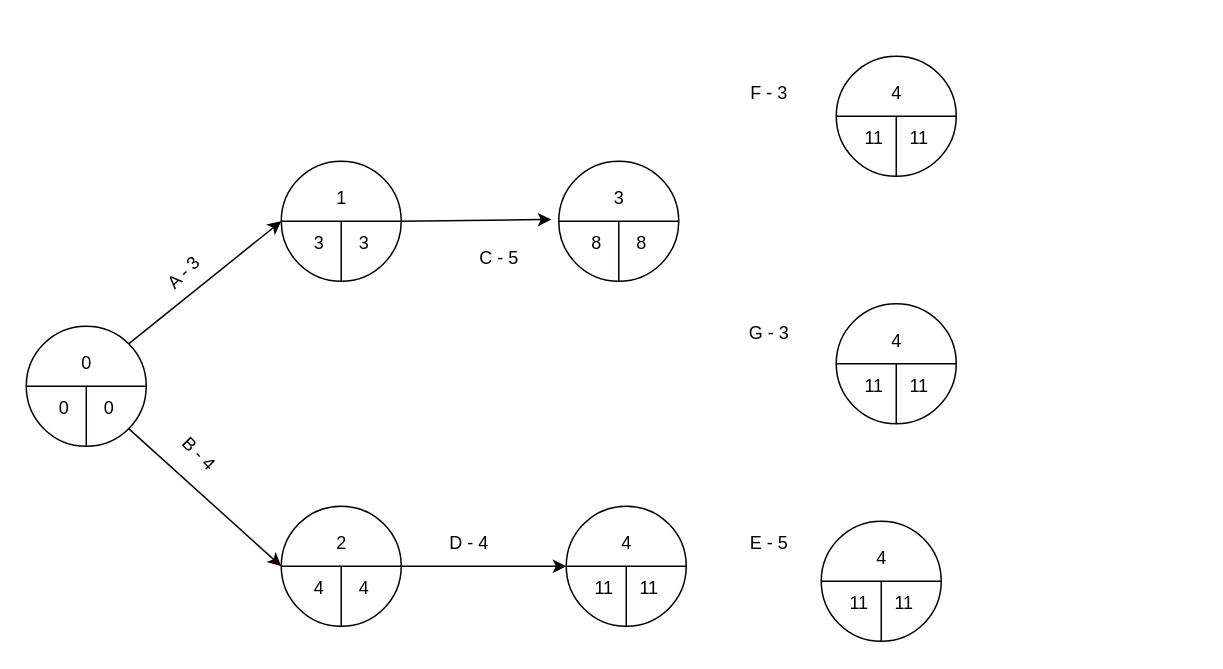
rreynarive/Templates keeps this draw.io diagram as page "Ejercicio 2" (2 of 2) of Diagrama PERT.drawio. Above is the earlier version. Source tidied: cells renumbered, new cells numbered last; positions are measured from the earlier drawing's top-left corner, leaving out a move shared by most shapes. Both pictures are drawn from the tidied source at 150%, with x=0, y=0 at pixel (26, 56).
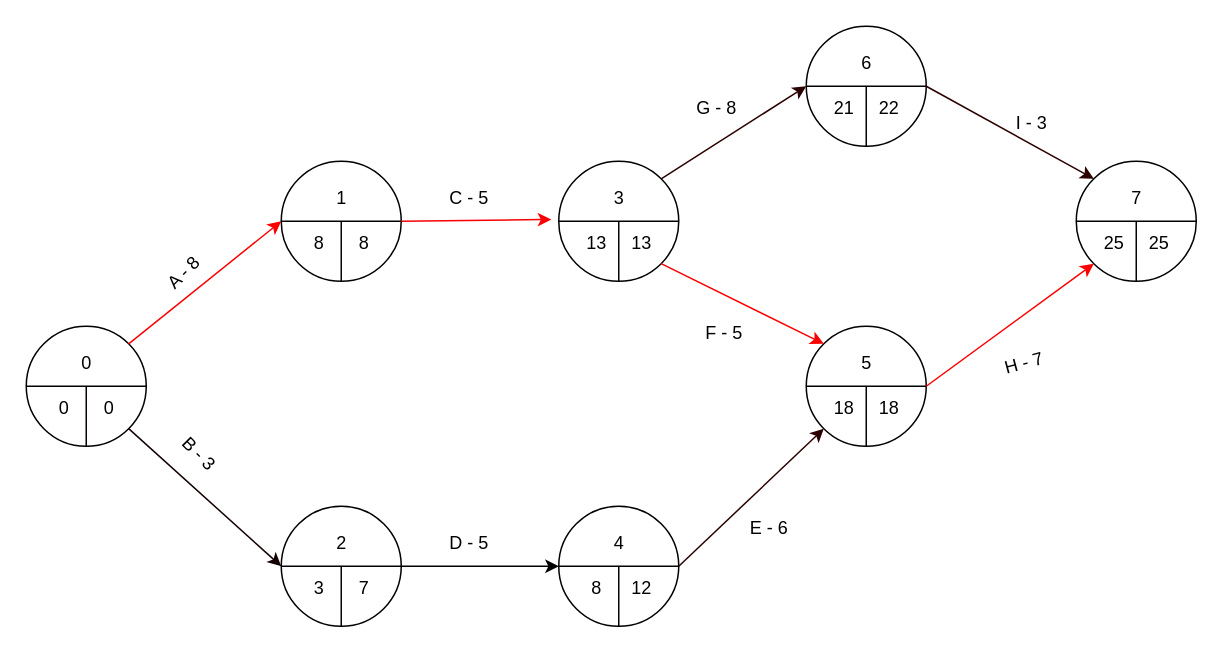
The same diagram, later.

The change refers to these unchanged cells:
```xml
<mxCell id="2" style="shape=lineEllipse;perimeter=ellipsePerimeter;whiteSpace=wrap;html=1;backgroundOutline=1;fontFamily=Helvetica;fontSize=12;fontColor=default;fillColor=none;gradientColor=none;" parent="1" vertex="1">
  <mxGeometry y="180" width="80" height="80" as="geometry" />
</mxCell>
<mxCell id="11" style="group;fontFamily=Helvetica;fontSize=12;fontColor=default;fillColor=none;gradientColor=none;" parent="1" vertex="1">
  <mxGeometry x="170" y="70" width="80" height="80" as="geometry" />
</mxCell>
<mxCell id="12" style="shape=lineEllipse;perimeter=ellipsePerimeter;whiteSpace=wrap;html=1;backgroundOutline=1;fontFamily=Helvetica;fontSize=12;fontColor=default;fillColor=none;gradientColor=none;" parent="11" vertex="1">
  <mxGeometry width="80" height="80" as="geometry" />
</mxCell>
<mxCell id="17" style="group;fontFamily=Helvetica;fontSize=12;fontColor=default;fillColor=none;gradientColor=none;" parent="1" vertex="1">
  <mxGeometry x="170" y="300" width="80" height="80" as="geometry" />
</mxCell>
<mxCell id="29" style="group;fontFamily=Helvetica;fontSize=12;fontColor=default;fillColor=none;gradientColor=none;" parent="1" vertex="1">
  <mxGeometry x="355" y="70" width="80" height="80" as="geometry" />
</mxCell>
<mxCell id="30" style="shape=lineEllipse;perimeter=ellipsePerimeter;whiteSpace=wrap;html=1;backgroundOutline=1;fontFamily=Helvetica;fontSize=12;fontColor=default;fillColor=none;gradientColor=none;" parent="29" vertex="1">
  <mxGeometry width="80" height="80" as="geometry" />
</mxCell>
<mxCell id="36" style="shape=lineEllipse;perimeter=ellipsePerimeter;whiteSpace=wrap;html=1;backgroundOutline=1;fontFamily=Helvetica;fontSize=12;fontColor=default;fillColor=none;gradientColor=none;" parent="35" vertex="1">
  <mxGeometry width="80" height="80" as="geometry" />
</mxCell>
<mxCell id="43" style="shape=lineEllipse;perimeter=ellipsePerimeter;whiteSpace=wrap;html=1;backgroundOutline=1;fontFamily=Helvetica;fontSize=12;fontColor=default;fillColor=none;gradientColor=none;" parent="42" vertex="1">
  <mxGeometry width="80" height="80" as="geometry" />
</mxCell>
<mxCell id="49" style="shape=lineEllipse;perimeter=ellipsePerimeter;whiteSpace=wrap;html=1;backgroundOutline=1;fontFamily=Helvetica;fontSize=12;fontColor=default;fillColor=none;gradientColor=none;" parent="48" vertex="1">
  <mxGeometry width="80" height="80" as="geometry" />
</mxCell>
<mxCell id="55" style="shape=lineEllipse;perimeter=ellipsePerimeter;whiteSpace=wrap;html=1;backgroundOutline=1;fontFamily=Helvetica;fontSize=12;fontColor=default;fillColor=none;gradientColor=none;" parent="54" vertex="1">
  <mxGeometry width="80" height="80" as="geometry" />
</mxCell>
```

What changed in the source:
```diff
@@
-    <mxCell id="7" style="endArrow=classic;html=1;rounded=0;exitX=1;exitY=0;exitDx=0;exitDy=0;entryX=0;entryY=0.5;entryDx=0;entryDy=0;" parent="1" edge="1" source="2" target="12">
+    <mxCell id="7" style="endArrow=classic;html=1;rounded=0;exitX=1;exitY=0;exitDx=0;exitDy=0;entryX=0;entryY=0.5;entryDx=0;entryDy=0;strokeColor=#FA0000;" parent="1" edge="1" source="2" target="12">
       <mxGeometry relative="1" as="geometry" />
     </mxCell>
-    <mxCell id="8" value="A - 3" style="text;html=1;align=center;verticalAlign=middle;strokeColor=none;fillColor=none;rotation=-45;" parent="1" vertex="1">
+    <mxCell id="8" value="A - 8" style="text;html=1;align=center;verticalAlign=middle;strokeColor=none;fillColor=none;rotation=-45;" parent="1" vertex="1">
       <mxGeometry x="80" y="130" width="50" height="30" as="geometry" />
     </mxCell>
@@
-    <mxCell id="10" value="B - 4" style="text;html=1;align=center;verticalAlign=middle;strokeColor=none;fillColor=none;fontSize=12;fontFamily=Helvetica;fontColor=default;rotation=45;" parent="1" vertex="1">
+    <mxCell id="10" value="B - 3" style="text;html=1;align=center;verticalAlign=middle;strokeColor=none;fillColor=none;fontSize=12;fontFamily=Helvetica;fontColor=default;rotation=45;" parent="1" vertex="1">
       <mxGeometry x="90" y="250" width="50" height="30" as="geometry" />
     </mxCell>
@@
-    <mxCell id="14" value="3" style="text;html=1;align=center;verticalAlign=middle;strokeColor=none;fillColor=none;fontFamily=Helvetica;fontSize=12;fontColor=default;" parent="11" vertex="1">
+    <mxCell id="14" value="8" style="text;html=1;align=center;verticalAlign=middle;strokeColor=none;fillColor=none;fontFamily=Helvetica;fontSize=12;fontColor=default;" parent="11" vertex="1">
       <mxGeometry x="10" y="40" width="30" height="30" as="geometry" />
     </mxCell>
@@
-    <mxCell id="16" value="3" style="text;html=1;align=center;verticalAlign=middle;strokeColor=none;fillColor=none;fontSize=12;fontFamily=Helvetica;fontColor=default;" parent="11" vertex="1">
-      <mxGeometry x="40" y="40" width="30" height="30" as="geometry" />
-    </mxCell>
+    <mxCell id="34" value="8" style="text;html=1;align=center;verticalAlign=middle;strokeColor=none;fillColor=none;" parent="11" vertex="1">
+      <mxGeometry x="40" y="40" width="30" height="30" as="geometry" />
+    </mxCell>
@@
-    <mxCell id="20" value="4" style="text;html=1;align=center;verticalAlign=middle;strokeColor=none;fillColor=none;fontFamily=Helvetica;fontSize=12;fontColor=default;" parent="17" vertex="1">
+    <mxCell id="20" value="3" style="text;html=1;align=center;verticalAlign=middle;strokeColor=none;fillColor=none;fontFamily=Helvetica;fontSize=12;fontColor=default;" parent="17" vertex="1">
       <mxGeometry x="10" y="40" width="30" height="30" as="geometry" />
     </mxCell>
@@
-    <mxCell id="22" value="4" style="text;html=1;align=center;verticalAlign=middle;strokeColor=none;fillColor=none;fontSize=12;fontFamily=Helvetica;fontColor=default;" parent="17" vertex="1">
+    <mxCell id="22" value="7" style="text;html=1;align=center;verticalAlign=middle;strokeColor=none;fillColor=none;fontSize=12;fontFamily=Helvetica;fontColor=default;" parent="17" vertex="1">
       <mxGeometry x="40" y="40" width="30" height="30" as="geometry" />
     </mxCell>
-    <mxCell id="23" style="endArrow=classic;html=1;rounded=0;strokeColor=#030000;fontFamily=Helvetica;fontSize=12;fontColor=default;exitX=1;exitY=0.5;exitDx=0;exitDy=0;entryX=-0.062;entryY=0.485;entryDx=0;entryDy=0;entryPerimeter=0;" parent="1" edge="1" source="12" target="30">
+    <mxCell id="23" style="endArrow=classic;html=1;rounded=0;strokeColor=#FA0000;fontFamily=Helvetica;fontSize=12;fontColor=default;exitX=1;exitY=0.5;exitDx=0;exitDy=0;entryX=-0.062;entryY=0.485;entryDx=0;entryDy=0;entryPerimeter=0;" parent="1" edge="1" source="12" target="30">
       <mxGeometry relative="1" as="geometry" />
     </mxCell>
     <mxCell id="24" value="C - 5" style="text;html=1;align=center;verticalAlign=middle;strokeColor=none;fillColor=none;fontSize=12;fontFamily=Helvetica;fontColor=default;rotation=0;" parent="1" vertex="1">
-      <mxGeometry x="290" y="120" width="50" height="30" as="geometry" />
+      <mxGeometry x="270" y="80" width="50" height="30" as="geometry" />
     </mxCell>
-    <mxCell id="25" value="F - 3" style="text;html=1;align=center;verticalAlign=middle;strokeColor=none;fillColor=none;fontSize=12;fontFamily=Helvetica;fontColor=default;" parent="1" vertex="1">
-      <mxGeometry x="470" y="10" width="50" height="30" as="geometry" />
+    <mxCell id="25" value="F - 5" style="text;html=1;align=center;verticalAlign=middle;strokeColor=none;fillColor=none;fontSize=12;fontFamily=Helvetica;fontColor=default;" parent="1" vertex="1">
+      <mxGeometry x="440" y="170" width="50" height="30" as="geometry" />
     </mxCell>
@@
-    <mxCell id="27" value="E - 5" style="text;html=1;align=center;verticalAlign=middle;strokeColor=none;fillColor=none;fontSize=12;fontFamily=Helvetica;fontColor=default;rotation=0;" parent="1" vertex="1">
-      <mxGeometry x="470" y="310" width="50" height="30" as="geometry" />
+    <mxCell id="27" value="E - 6" style="text;html=1;align=center;verticalAlign=middle;strokeColor=none;fillColor=none;fontSize=12;fontFamily=Helvetica;fontColor=default;rotation=0;" parent="1" vertex="1">
+      <mxGeometry x="470" y="300" width="50" height="30" as="geometry" />
     </mxCell>
-    <mxCell id="28" value="D - 4" style="text;html=1;align=center;verticalAlign=middle;strokeColor=none;fillColor=none;fontSize=12;fontFamily=Helvetica;fontColor=default;rotation=0;" parent="1" vertex="1">
+    <mxCell id="28" value="D - 5" style="text;html=1;align=center;verticalAlign=middle;strokeColor=none;fillColor=none;fontSize=12;fontFamily=Helvetica;fontColor=default;rotation=0;" parent="1" vertex="1">
       <mxGeometry x="270" y="310" width="50" height="30" as="geometry" />
     </mxCell>
@@
-    <mxCell id="32" value="8" style="text;html=1;align=center;verticalAlign=middle;strokeColor=none;fillColor=none;fontFamily=Helvetica;fontSize=12;fontColor=default;" parent="29" vertex="1">
-      <mxGeometry x="10" y="40" width="30" height="30" as="geometry" />
+    <mxCell id="32" value="13" style="text;html=1;align=center;verticalAlign=middle;strokeColor=none;fillColor=none;fontFamily=Helvetica;fontSize=12;fontColor=default;" parent="29" vertex="1">
+      <mxGeometry x="5" y="40" width="40" height="30" as="geometry" />
     </mxCell>
@@
-    <mxCell id="34" value="8" style="text;html=1;align=center;verticalAlign=middle;strokeColor=none;fillColor=none;fontSize=12;fontFamily=Helvetica;fontColor=default;" parent="29" vertex="1">
-      <mxGeometry x="40" y="40" width="30" height="30" as="geometry" />
-    </mxCell>
+    <mxCell id="60" value="13" style="text;html=1;align=center;verticalAlign=middle;strokeColor=none;fillColor=none;" parent="29" vertex="1">
+      <mxGeometry x="35" y="40" width="40" height="30" as="geometry" />
+    </mxCell>
     <mxCell id="35" style="group;fontFamily=Helvetica;fontSize=12;fontColor=default;fillColor=none;gradientColor=none;" parent="1" vertex="1">
-      <mxGeometry x="360" y="300" width="80" height="80" as="geometry" />
+      <mxGeometry x="355" y="300" width="80" height="80" as="geometry" />
     </mxCell>
@@
-    <mxCell id="38" value="11" style="text;html=1;align=center;verticalAlign=middle;strokeColor=none;fillColor=none;fontFamily=Helvetica;fontSize=12;fontColor=default;" parent="35" vertex="1">
-      <mxGeometry x="5" y="40" width="40" height="30" as="geometry" />
+    <mxCell id="38" value="8" style="text;html=1;align=center;verticalAlign=middle;strokeColor=none;fillColor=none;fontFamily=Helvetica;fontSize=12;fontColor=default;" parent="35" vertex="1">
+      <mxGeometry x="10" y="40" width="30" height="30" as="geometry" />
     </mxCell>
-    <mxCell id="39" value="11" style="text;html=1;align=center;verticalAlign=middle;strokeColor=none;fillColor=none;fontFamily=Helvetica;fontSize=12;fontColor=default;" parent="35" vertex="1">
+    <mxCell id="39" value="12" style="text;html=1;align=center;verticalAlign=middle;strokeColor=none;fillColor=none;fontFamily=Helvetica;fontSize=12;fontColor=default;" parent="35" vertex="1">
       <mxGeometry x="35" y="40" width="40" height="30" as="geometry" />
     </mxCell>
@@
-    <mxCell id="41" value="G - 3" style="text;html=1;align=center;verticalAlign=middle;strokeColor=none;fillColor=none;fontSize=12;fontFamily=Helvetica;fontColor=default;" parent="1" vertex="1">
-      <mxGeometry x="470" y="170" width="50" height="30" as="geometry" />
+    <mxCell id="41" value="G - 8" style="text;html=1;align=center;verticalAlign=middle;strokeColor=none;fillColor=none;fontSize=12;fontFamily=Helvetica;fontColor=default;" parent="1" vertex="1">
+      <mxGeometry x="435" y="20" width="50" height="30" as="geometry" />
     </mxCell>
     <mxCell id="42" style="group;fontFamily=Helvetica;fontSize=12;fontColor=default;fillColor=none;gradientColor=none;" parent="1" vertex="1">
-      <mxGeometry x="530" y="310" width="80" height="80" as="geometry" />
+      <mxGeometry x="700" y="70" width="80" height="80" as="geometry" />
     </mxCell>
@@
-    <mxCell id="45" value="11" style="text;html=1;align=center;verticalAlign=middle;strokeColor=none;fillColor=none;fontFamily=Helvetica;fontSize=12;fontColor=default;" parent="42" vertex="1">
+    <mxCell id="45" value="25" style="text;html=1;align=center;verticalAlign=middle;strokeColor=none;fillColor=none;fontFamily=Helvetica;fontSize=12;fontColor=default;" parent="42" vertex="1">
       <mxGeometry x="5" y="40" width="40" height="30" as="geometry" />
     </mxCell>
-    <mxCell id="46" value="11" style="text;html=1;align=center;verticalAlign=middle;strokeColor=none;fillColor=none;fontFamily=Helvetica;fontSize=12;fontColor=default;" parent="42" vertex="1">
+    <mxCell id="46" value="25" style="text;html=1;align=center;verticalAlign=middle;strokeColor=none;fillColor=none;fontFamily=Helvetica;fontSize=12;fontColor=default;" parent="42" vertex="1">
       <mxGeometry x="35" y="40" width="40" height="30" as="geometry" />
     </mxCell>
-    <mxCell id="47" value="4" style="text;html=1;align=center;verticalAlign=middle;strokeColor=none;fillColor=none;fontFamily=Helvetica;fontSize=12;fontColor=default;" parent="42" vertex="1">
+    <mxCell id="47" value="7" style="text;html=1;align=center;verticalAlign=middle;strokeColor=none;fillColor=none;fontFamily=Helvetica;fontSize=12;fontColor=default;" parent="42" vertex="1">
       <mxGeometry x="25" y="10" width="30" height="30" as="geometry" />
     </mxCell>
     <mxCell id="48" style="group;fontFamily=Helvetica;fontSize=12;fontColor=default;fillColor=none;gradientColor=none;" parent="1" vertex="1">
-      <mxGeometry x="540" width="80" height="80" as="geometry" />
+      <mxGeometry x="520" y="-20" width="80" height="80" as="geometry" />
     </mxCell>
@@
-    <mxCell id="51" value="11" style="text;html=1;align=center;verticalAlign=middle;strokeColor=none;fillColor=none;fontFamily=Helvetica;fontSize=12;fontColor=default;" parent="48" vertex="1">
+    <mxCell id="51" value="21" style="text;html=1;align=center;verticalAlign=middle;strokeColor=none;fillColor=none;fontFamily=Helvetica;fontSize=12;fontColor=default;" parent="48" vertex="1">
       <mxGeometry x="5" y="40" width="40" height="30" as="geometry" />
     </mxCell>
-    <mxCell id="52" value="11" style="text;html=1;align=center;verticalAlign=middle;strokeColor=none;fillColor=none;fontFamily=Helvetica;fontSize=12;fontColor=default;" parent="48" vertex="1">
+    <mxCell id="52" value="22" style="text;html=1;align=center;verticalAlign=middle;strokeColor=none;fillColor=none;fontFamily=Helvetica;fontSize=12;fontColor=default;" parent="48" vertex="1">
       <mxGeometry x="35" y="40" width="40" height="30" as="geometry" />
     </mxCell>
-    <mxCell id="53" value="4" style="text;html=1;align=center;verticalAlign=middle;strokeColor=none;fillColor=none;fontFamily=Helvetica;fontSize=12;fontColor=default;" parent="48" vertex="1">
+    <mxCell id="53" value="6" style="text;html=1;align=center;verticalAlign=middle;strokeColor=none;fillColor=none;fontFamily=Helvetica;fontSize=12;fontColor=default;" parent="48" vertex="1">
       <mxGeometry x="25" y="10" width="30" height="30" as="geometry" />
     </mxCell>
     <mxCell id="54" style="group;fontFamily=Helvetica;fontSize=12;fontColor=default;fillColor=none;gradientColor=none;" parent="1" vertex="1">
-      <mxGeometry x="540" y="165" width="80" height="80" as="geometry" />
+      <mxGeometry x="520" y="180" width="80" height="80" as="geometry" />
     </mxCell>
@@
-    <mxCell id="57" value="11" style="text;html=1;align=center;verticalAlign=middle;strokeColor=none;fillColor=none;fontFamily=Helvetica;fontSize=12;fontColor=default;" parent="54" vertex="1">
+    <mxCell id="57" value="18" style="text;html=1;align=center;verticalAlign=middle;strokeColor=none;fillColor=none;fontFamily=Helvetica;fontSize=12;fontColor=default;" parent="54" vertex="1">
       <mxGeometry x="5" y="40" width="40" height="30" as="geometry" />
     </mxCell>
-    <mxCell id="58" value="11" style="text;html=1;align=center;verticalAlign=middle;strokeColor=none;fillColor=none;fontFamily=Helvetica;fontSize=12;fontColor=default;" parent="54" vertex="1">
+    <mxCell id="58" value="18" style="text;html=1;align=center;verticalAlign=middle;strokeColor=none;fillColor=none;fontFamily=Helvetica;fontSize=12;fontColor=default;" parent="54" vertex="1">
       <mxGeometry x="35" y="40" width="40" height="30" as="geometry" />
     </mxCell>
-    <mxCell id="59" value="4" style="text;html=1;align=center;verticalAlign=middle;strokeColor=none;fillColor=none;fontFamily=Helvetica;fontSize=12;fontColor=default;" parent="54" vertex="1">
+    <mxCell id="59" value="5" style="text;html=1;align=center;verticalAlign=middle;strokeColor=none;fillColor=none;fontFamily=Helvetica;fontSize=12;fontColor=default;" parent="54" vertex="1">
       <mxGeometry x="25" y="10" width="30" height="30" as="geometry" />
     </mxCell>
+    <mxCell id="61" style="endArrow=classic;html=1;rounded=0;strokeColor=#2B0000;exitX=1;exitY=0;exitDx=0;exitDy=0;entryX=0;entryY=0.5;entryDx=0;entryDy=0;" parent="1" edge="1" source="30" target="49">
+      <mxGeometry relative="1" as="geometry" />
+    </mxCell>
+    <mxCell id="62" style="endArrow=classic;html=1;rounded=0;strokeColor=#FA0000;exitX=1;exitY=1;exitDx=0;exitDy=0;entryX=0;entryY=0;entryDx=0;entryDy=0;" parent="1" edge="1" source="30" target="55">
+      <mxGeometry relative="1" as="geometry" />
+    </mxCell>
+    <mxCell id="63" style="endArrow=classic;html=1;rounded=0;strokeColor=#2B0000;exitX=1;exitY=0.5;exitDx=0;exitDy=0;entryX=0;entryY=1;entryDx=0;entryDy=0;" parent="1" edge="1" source="36" target="55">
+      <mxGeometry relative="1" as="geometry" />
+    </mxCell>
+    <mxCell id="64" style="endArrow=classic;html=1;rounded=0;strokeColor=#2B0000;entryX=0;entryY=0;entryDx=0;entryDy=0;exitX=1;exitY=0.5;exitDx=0;exitDy=0;" parent="1" edge="1" source="49" target="43">
+      <mxGeometry relative="1" as="geometry" />
+    </mxCell>
+    <mxCell id="65" style="endArrow=classic;html=1;rounded=0;strokeColor=#FC0000;exitX=1;exitY=0.5;exitDx=0;exitDy=0;entryX=0;entryY=1;entryDx=0;entryDy=0;" parent="1" edge="1" source="55" target="43">
+      <mxGeometry relative="1" as="geometry" />
+    </mxCell>
+    <mxCell id="66" value="I - 3" style="text;html=1;align=center;verticalAlign=middle;strokeColor=none;fillColor=none;fontSize=12;fontFamily=Helvetica;fontColor=default;" parent="1" vertex="1">
+      <mxGeometry x="650" y="30" width="40" height="30" as="geometry" />
+    </mxCell>
+    <mxCell id="67" value="H - 7" style="text;html=1;align=center;verticalAlign=middle;strokeColor=none;fillColor=none;fontSize=12;fontFamily=Helvetica;fontColor=default;rotation=-15;" parent="1" vertex="1">
+      <mxGeometry x="640" y="190" width="50" height="30" as="geometry" />
+    </mxCell>
```
